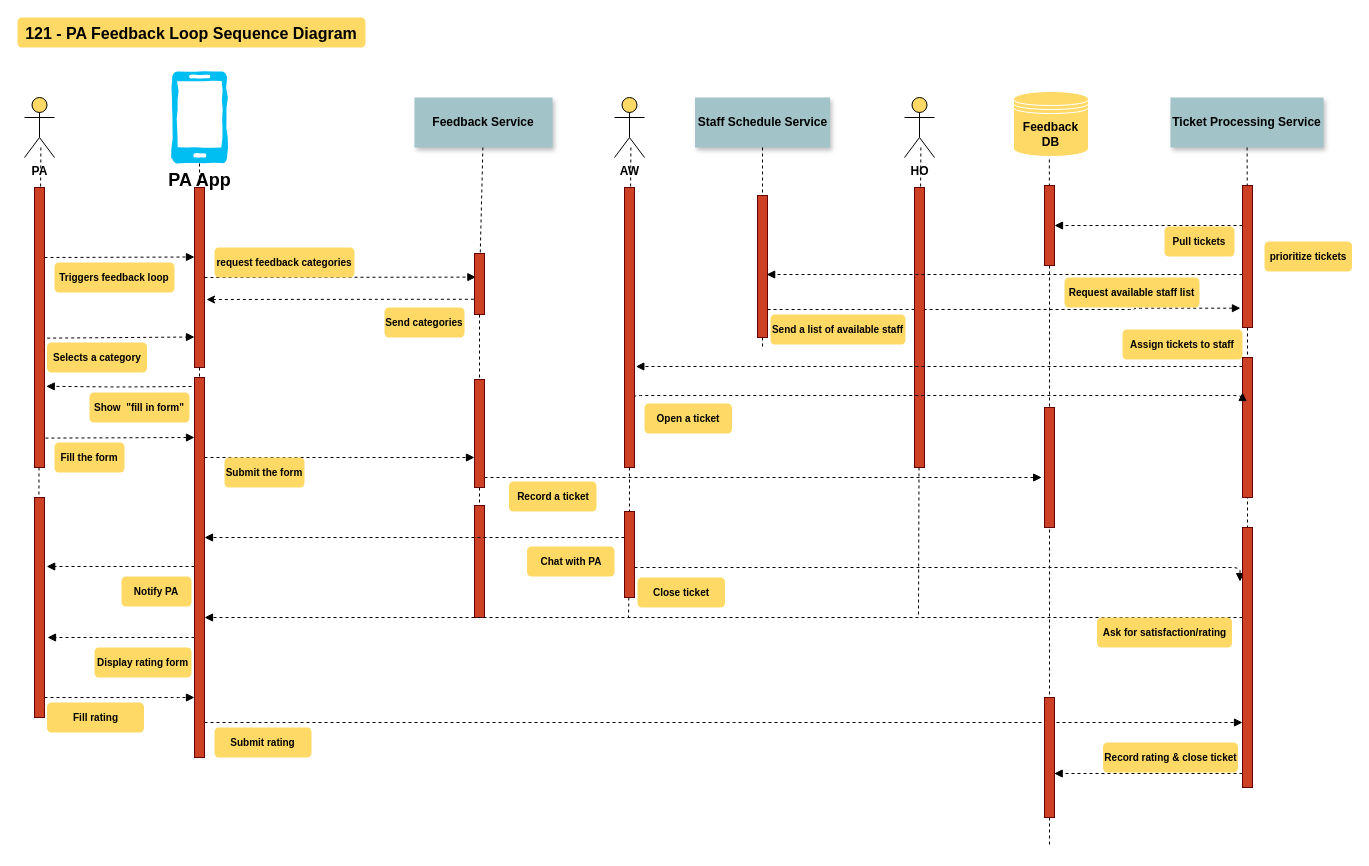
Earlier version of the draw.io diagram Sequence Diagrams/PA Feedback loop.drawio (nsward/diagrams). Source tidied: cells renumbered, new cells numbered last; positions are measured from the earlier drawing's top-left corner, leaving out a move shared by most shapes. Both pictures are drawn from the tidied source at 100%, with x=0, y=0 at pixel (17, 17).
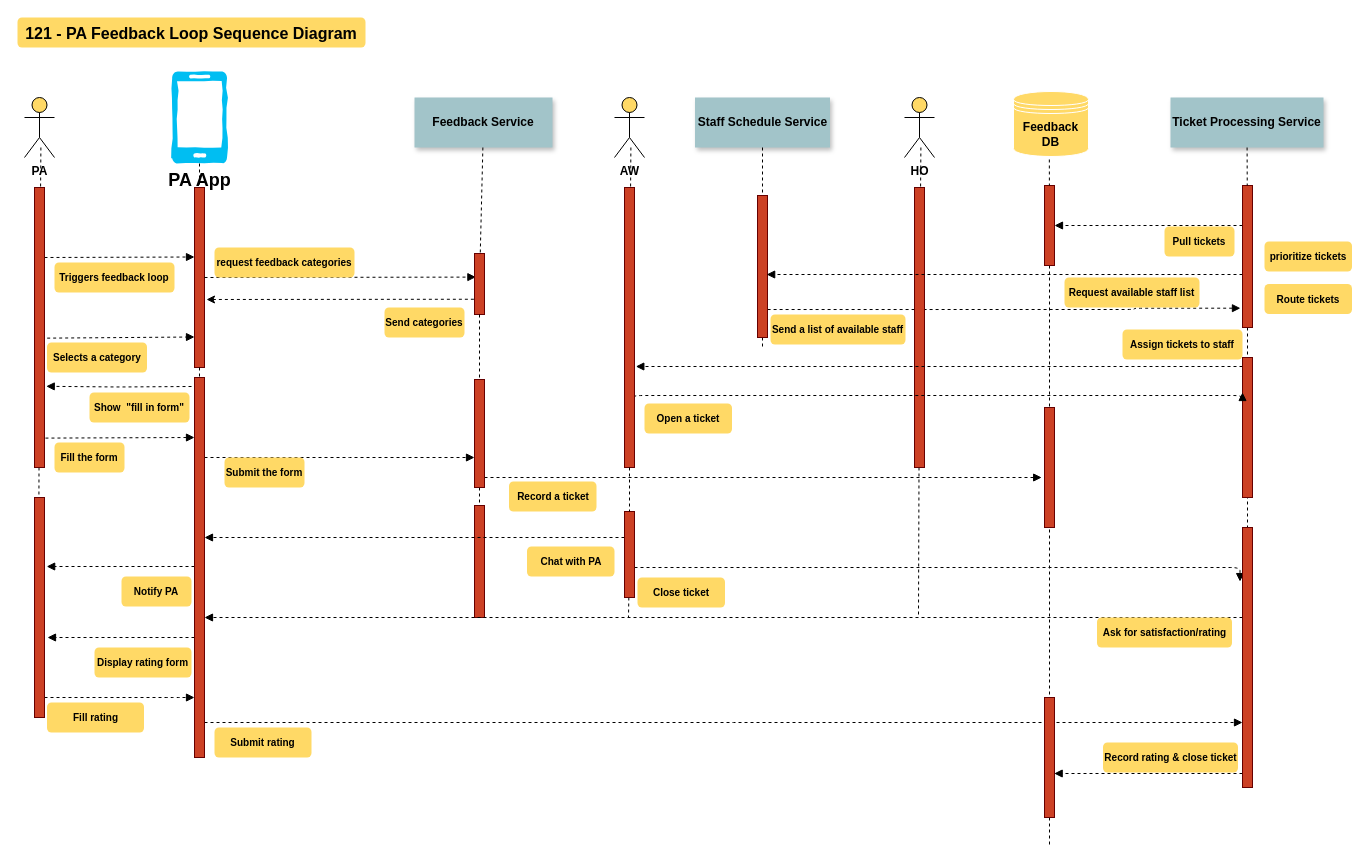
After the change.

Diff of the diagram source:
```diff
@@
+    <mxCell id="96" value="Route tickets" style="rounded=1;fontStyle=1;fillColor=#FFD966;strokeColor=none;whiteSpace=wrap;fontSize=10;" parent="1" vertex="1">
+      <mxGeometry x="1247" y="266.5" width="87.5" height="30" as="geometry" />
+    </mxCell>
```
